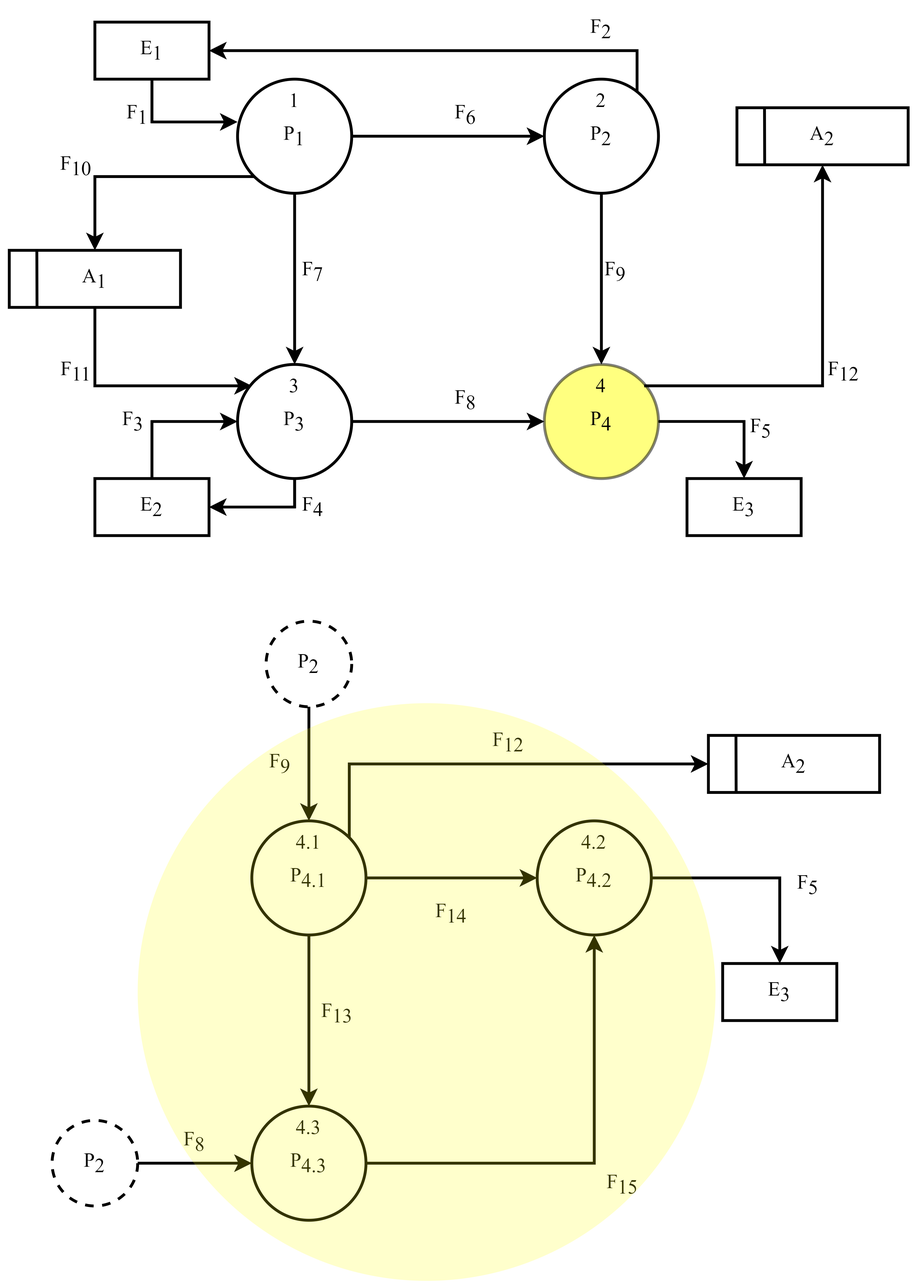
MarceloPazPezo/MyRepo keeps this draw.io diagram as Icinf/Semestre 7/Sistemas de Información/Test 3/diagram/DFD-Detallado.png. Above is the earlier version. Source tidied: cells renumbered, new cells last; positions are measured from the earlier drawing's top-left corner, leaving out a move shared by most shapes.
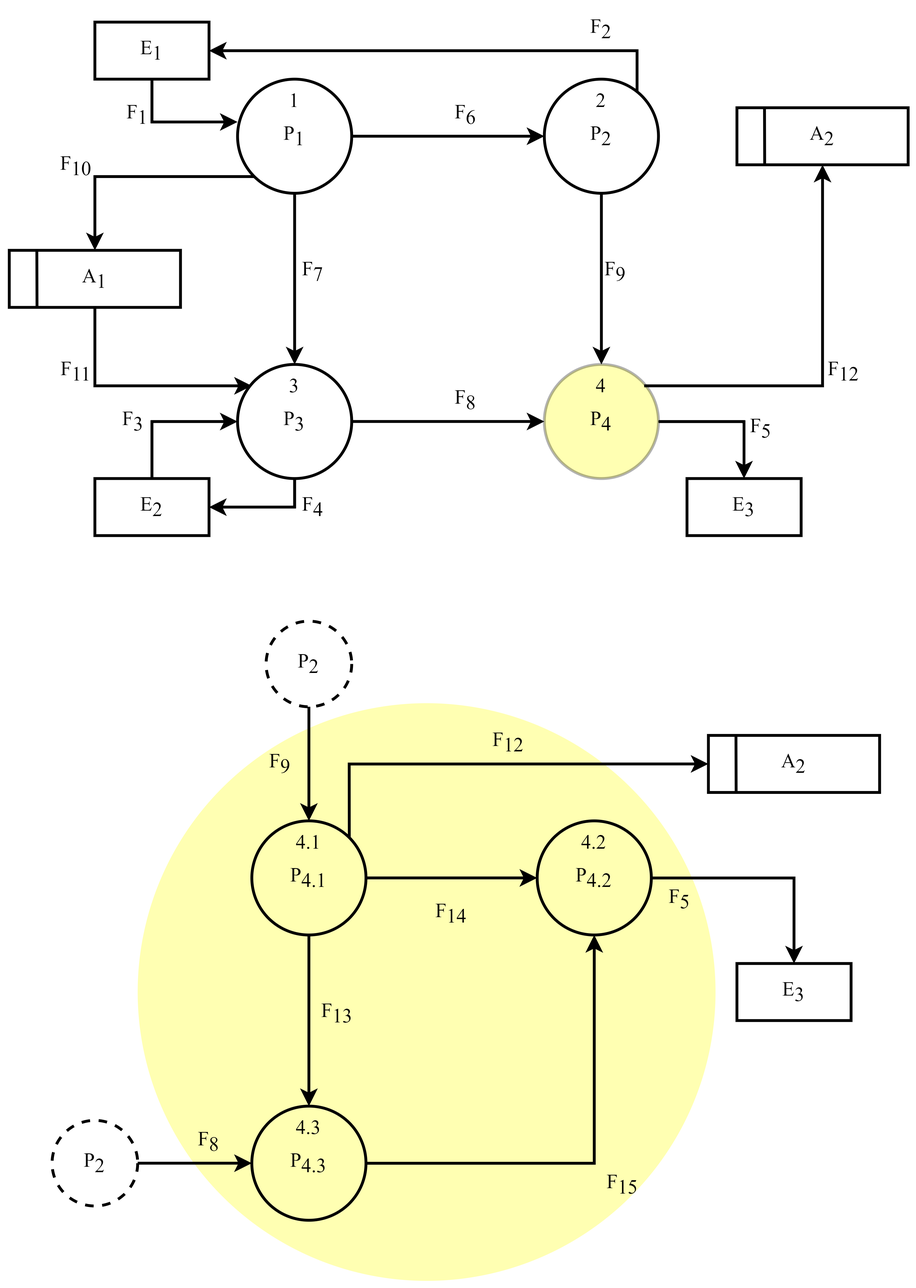
After the commit.

Diff of the diagram source:
```diff
@@ -2,6 +2,9 @@
   <root>
     <mxCell id="0" />
     <mxCell id="1" parent="0" />
+    <mxCell id="66" style="ellipse;whiteSpace=wrap;html=1;strokeWidth=2;fillColor=#FFFF00;dashed=1;opacity=30;strokeColor=none;fontSize=14;" parent="1" vertex="1">
+      <mxGeometry x="90" y="487.5" width="405" height="405" as="geometry" />
+    </mxCell>
     <mxCell id="2" style="edgeStyle=orthogonalEdgeStyle;rounded=0;jettySize=auto;html=1;strokeWidth=2;fontSize=14;" parent="1" edge="1" source="5" target="19">
       <mxGeometry relative="1" as="geometry" />
     </mxCell>
@@ -94,7 +97,7 @@
         </Array>
       </mxGeometry>
     </mxCell>
-    <mxCell id="26" value="&lt;font style=&quot;font-size: 14px;&quot; face=&quot;Times New Roman&quot;&gt;P&lt;span style=&quot;font-size: 14px;&quot;&gt;&lt;sub style=&quot;font-size: 14px;&quot;&gt;4&lt;/sub&gt;&lt;/span&gt;&lt;/font&gt;" style="ellipse;whiteSpace=wrap;html=1;strokeWidth=2;fillColor=#FFFF00;opacity=50;fontSize=14;" parent="1" vertex="1">
+    <mxCell id="26" value="&lt;font style=&quot;font-size: 14px;&quot; face=&quot;Times New Roman&quot;&gt;P&lt;span style=&quot;font-size: 14px;&quot;&gt;&lt;sub style=&quot;font-size: 14px;&quot;&gt;4&lt;/sub&gt;&lt;/span&gt;&lt;/font&gt;" style="ellipse;whiteSpace=wrap;html=1;strokeWidth=2;fillColor=#FFFF00;opacity=30;fontSize=14;" parent="1" vertex="1">
       <mxGeometry x="375" y="250" width="80" height="80" as="geometry" />
     </mxCell>
     <mxCell id="27" style="edgeStyle=orthogonalEdgeStyle;rounded=0;jettySize=auto;html=1;exitX=1;exitY=0.5;exitDx=0;exitDy=0;strokeWidth=2;fontSize=14;" parent="1" edge="1" source="28" target="38">
@@ -156,7 +159,7 @@
         </Array>
       </mxGeometry>
     </mxCell>
-    <mxCell id="44" value="&lt;font style=&quot;font-size: 14px;&quot; face=&quot;Times New Roman&quot;&gt;P&lt;span style=&quot;font-size: 14px;&quot;&gt;&lt;sub style=&quot;font-size: 14px;&quot;&gt;4.1&lt;/sub&gt;&lt;/span&gt;&lt;/font&gt;" style="ellipse;whiteSpace=wrap;html=1;strokeWidth=2;fontSize=14;" parent="1" vertex="1">
+    <mxCell id="44" value="&lt;font style=&quot;font-size: 14px;&quot; face=&quot;Times New Roman&quot;&gt;P&lt;span style=&quot;font-size: 14px;&quot;&gt;&lt;sub style=&quot;font-size: 14px;&quot;&gt;4.1&lt;/sub&gt;&lt;/span&gt;&lt;/font&gt;" style="ellipse;whiteSpace=wrap;html=1;strokeWidth=2;fontSize=14;fillColor=none;" parent="1" vertex="1">
       <mxGeometry x="170" y="570" width="80" height="80" as="geometry" />
     </mxCell>
     <mxCell id="45" value="&lt;font style=&quot;font-size: 14px;&quot; face=&quot;Times New Roman&quot;&gt;4.1&lt;/font&gt;" style="text;strokeColor=none;align=center;fillColor=none;html=1;verticalAlign=middle;whiteSpace=wrap;rounded=0;fontSize=14;strokeWidth=2;" parent="1" vertex="1">
@@ -165,7 +168,7 @@
     <mxCell id="46" style="edgeStyle=orthogonalEdgeStyle;rounded=0;jettySize=auto;html=1;strokeWidth=2;fontSize=14;" parent="1" edge="1" source="47" target="58">
       <mxGeometry relative="1" as="geometry" />
     </mxCell>
-    <mxCell id="47" value="&lt;font style=&quot;font-size: 14px;&quot; face=&quot;Times New Roman&quot;&gt;P&lt;span style=&quot;font-size: 14px;&quot;&gt;&lt;sub style=&quot;font-size: 14px;&quot;&gt;4.2&lt;/sub&gt;&lt;/span&gt;&lt;/font&gt;" style="ellipse;whiteSpace=wrap;html=1;strokeWidth=2;fontSize=14;" parent="1" vertex="1">
+    <mxCell id="47" value="&lt;font style=&quot;font-size: 14px;&quot; face=&quot;Times New Roman&quot;&gt;P&lt;span style=&quot;font-size: 14px;&quot;&gt;&lt;sub style=&quot;font-size: 14px;&quot;&gt;4.2&lt;/sub&gt;&lt;/span&gt;&lt;/font&gt;" style="ellipse;whiteSpace=wrap;html=1;strokeWidth=2;fontSize=14;fillColor=none;" parent="1" vertex="1">
       <mxGeometry x="370" y="570" width="80" height="80" as="geometry" />
     </mxCell>
     <mxCell id="48" value="&lt;font style=&quot;font-size: 14px;&quot; face=&quot;Times New Roman&quot;&gt;4.2&lt;/font&gt;" style="text;strokeColor=none;align=center;fillColor=none;html=1;verticalAlign=middle;whiteSpace=wrap;rounded=0;fontSize=14;strokeWidth=2;" parent="1" vertex="1">
@@ -174,7 +177,7 @@
     <mxCell id="49" style="edgeStyle=orthogonalEdgeStyle;rounded=0;jettySize=auto;html=1;strokeWidth=2;fontSize=14;" parent="1" edge="1" source="50" target="47">
       <mxGeometry relative="1" as="geometry" />
     </mxCell>
-    <mxCell id="50" value="&lt;font style=&quot;font-size: 14px;&quot; face=&quot;Times New Roman&quot;&gt;P&lt;span style=&quot;font-size: 14px;&quot;&gt;&lt;sub style=&quot;font-size: 14px;&quot;&gt;4.3&lt;/sub&gt;&lt;/span&gt;&lt;/font&gt;" style="ellipse;whiteSpace=wrap;html=1;strokeWidth=2;fontSize=14;" parent="1" vertex="1">
+    <mxCell id="50" value="&lt;font style=&quot;font-size: 14px;&quot; face=&quot;Times New Roman&quot;&gt;P&lt;span style=&quot;font-size: 14px;&quot;&gt;&lt;sub style=&quot;font-size: 14px;&quot;&gt;4.3&lt;/sub&gt;&lt;/span&gt;&lt;/font&gt;" style="ellipse;whiteSpace=wrap;html=1;strokeWidth=2;fontSize=14;fillColor=none;" parent="1" vertex="1">
       <mxGeometry x="170" y="770" width="80" height="80" as="geometry" />
     </mxCell>
     <mxCell id="51" value="&lt;font style=&quot;font-size: 14px;&quot; face=&quot;Times New Roman&quot;&gt;4.3&lt;/font&gt;" style="text;strokeColor=none;align=center;fillColor=none;html=1;verticalAlign=middle;whiteSpace=wrap;rounded=0;fontSize=14;strokeWidth=2;" parent="1" vertex="1">
@@ -199,10 +202,10 @@
       <mxGeometry x="30" y="780" width="60" height="60" as="geometry" />
     </mxCell>
     <mxCell id="58" value="&lt;font style=&quot;font-size: 14px;&quot; face=&quot;Times New Roman&quot;&gt;E&lt;span style=&quot;font-size: 14px;&quot;&gt;&lt;sub style=&quot;font-size: 14px;&quot;&gt;3&lt;/sub&gt;&lt;/span&gt;&lt;/font&gt;" style="rounded=0;whiteSpace=wrap;html=1;strokeWidth=2;fontSize=14;" parent="1" vertex="1">
-      <mxGeometry x="500" y="670" width="80" height="40" as="geometry" />
+      <mxGeometry x="510" y="670" width="80" height="40" as="geometry" />
     </mxCell>
     <mxCell id="59" value="&lt;font face=&quot;Times New Roman&quot; style=&quot;font-size: 14px;&quot;&gt;F&lt;span style=&quot;font-size: 14px;&quot;&gt;&lt;sub style=&quot;font-size: 14px;&quot;&gt;8&lt;/sub&gt;&lt;/span&gt;&lt;/font&gt;" style="text;strokeColor=none;align=center;fillColor=none;html=1;verticalAlign=middle;whiteSpace=wrap;rounded=0;fontSize=14;strokeWidth=2;" parent="1" vertex="1">
-      <mxGeometry x="100" y="780" width="60" height="30" as="geometry" />
+      <mxGeometry x="110" y="780" width="60" height="30" as="geometry" />
     </mxCell>
     <mxCell id="60" value="&lt;font face=&quot;Times New Roman&quot; style=&quot;font-size: 14px;&quot;&gt;F&lt;sub style=&quot;font-size: 14px;&quot;&gt;&lt;font style=&quot;font-size: 14px;&quot;&gt;15&lt;/font&gt;&lt;/sub&gt;&lt;/font&gt;" style="text;strokeColor=none;align=center;fillColor=none;html=1;verticalAlign=middle;whiteSpace=wrap;rounded=0;fontSize=14;strokeWidth=2;" parent="1" vertex="1">
       <mxGeometry x="400" y="810" width="60" height="30" as="geometry" />
@@ -211,7 +214,7 @@
       <mxGeometry x="200" y="690" width="60" height="30" as="geometry" />
     </mxCell>
     <mxCell id="62" value="&lt;font face=&quot;Times New Roman&quot; style=&quot;font-size: 14px;&quot;&gt;F&lt;span style=&quot;font-size: 14px;&quot;&gt;&lt;sub style=&quot;font-size: 14px;&quot;&gt;5&lt;/sub&gt;&lt;/span&gt;&lt;/font&gt;" style="text;strokeColor=none;align=center;fillColor=none;html=1;verticalAlign=middle;whiteSpace=wrap;rounded=0;fontSize=14;strokeWidth=2;" parent="1" vertex="1">
-      <mxGeometry x="530" y="600" width="60" height="30" as="geometry" />
+      <mxGeometry x="440" y="610" width="60" height="30" as="geometry" />
     </mxCell>
     <mxCell id="63" value="&lt;font face=&quot;Times New Roman&quot; style=&quot;font-size: 14px;&quot;&gt;F&lt;span style=&quot;font-size: 14px;&quot;&gt;&lt;sub style=&quot;font-size: 14px;&quot;&gt;14&lt;/sub&gt;&lt;/span&gt;&lt;/font&gt;" style="text;strokeColor=none;align=center;fillColor=none;html=1;verticalAlign=middle;whiteSpace=wrap;rounded=0;fontSize=14;strokeWidth=2;" parent="1" vertex="1">
       <mxGeometry x="280" y="620" width="60" height="30" as="geometry" />
@@ -222,8 +225,5 @@
     <mxCell id="65" value="&lt;font face=&quot;Times New Roman&quot; style=&quot;font-size: 14px;&quot;&gt;F&lt;span style=&quot;font-size: 14px;&quot;&gt;&lt;sub style=&quot;font-size: 14px;&quot;&gt;9&lt;/sub&gt;&lt;/span&gt;&lt;/font&gt;" style="text;strokeColor=none;align=center;fillColor=none;html=1;verticalAlign=middle;whiteSpace=wrap;rounded=0;fontSize=14;strokeWidth=2;" parent="1" vertex="1">
       <mxGeometry x="160" y="515.1" width="60" height="30" as="geometry" />
     </mxCell>
-    <mxCell id="66" style="ellipse;whiteSpace=wrap;html=1;strokeWidth=2;fillColor=#FFFF00;dashed=1;opacity=20;strokeColor=none;fontSize=14;" parent="1" vertex="1">
-      <mxGeometry x="90" y="487.5" width="405" height="405" as="geometry" />
-    </mxCell>
   </root>
 </mxGraphModel>
```
